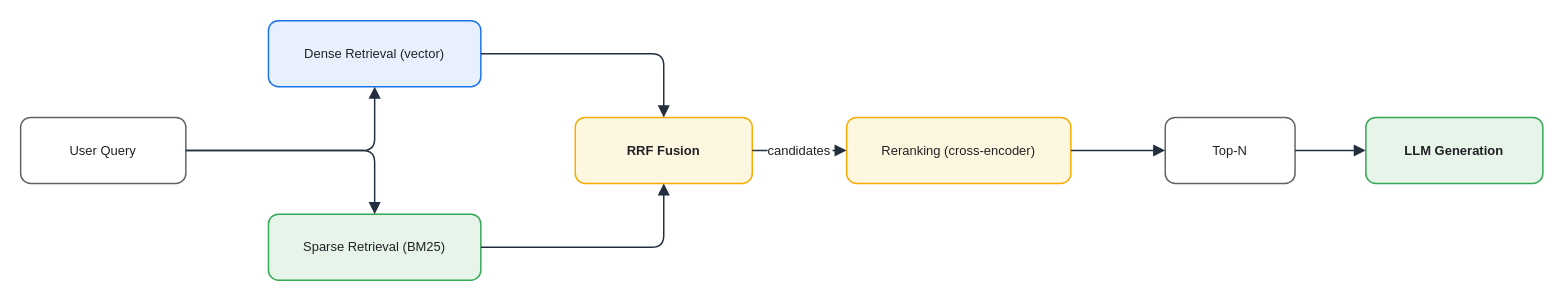
Before: assets/img/ai/rag-04-hybrid-rerank.drawio in KKamJi98/kkamji98.github.io, a draw.io diagram. Source tidied: cells renumbered, new cells numbered last; positions are measured from the earlier drawing's top-left corner, leaving out a move shared by most shapes. Both pictures are drawn from the tidied source at 118%, with x=0, y=0 at pixel (20, 20).
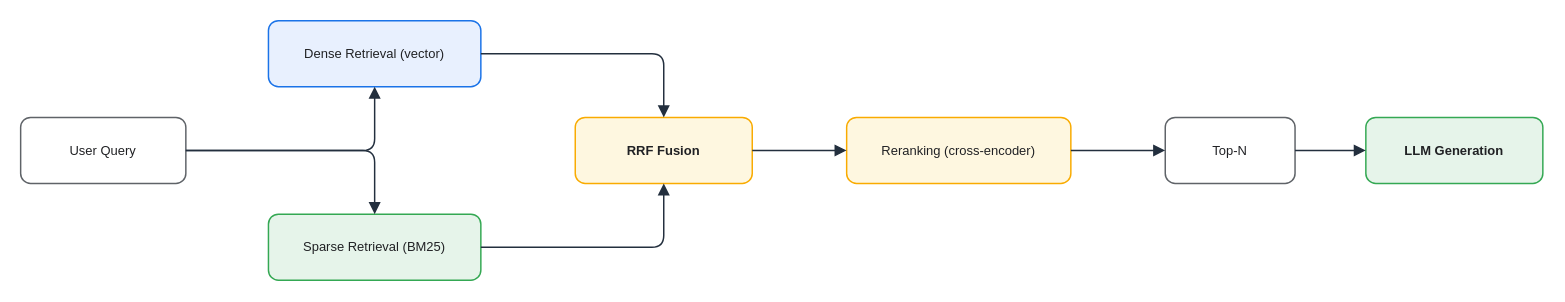
Above is the later version.

The edit, as a diff of the source:
```diff
@@
 <mxGraphModel background="#FFFFFF">
   <root>
     <mxCell id="0" />
     <mxCell id="1" parent="0" />
     <mxCell id="2" value="User Query" style="rounded=1;whiteSpace=wrap;html=0;fillColor=#FFFFFF;strokeColor=#5F6368;shadow=0;fontSize=11;fontColor=#202124;strokeWidth=1.25;" parent="1" vertex="1">
       <mxGeometry y="82" width="140" height="56" as="geometry" />
     </mxCell>
     <mxCell id="3" value="Dense Retrieval (vector)" style="rounded=1;whiteSpace=wrap;html=0;fillColor=#E8F0FE;strokeColor=#1A73E8;shadow=0;fontSize=11;fontColor=#202124;strokeWidth=1.25;" parent="1" vertex="1">
       <mxGeometry x="210" width="180" height="56" as="geometry" />
     </mxCell>
     <mxCell id="4" value="Sparse Retrieval (BM25)" style="rounded=1;whiteSpace=wrap;html=0;fillColor=#E6F4EA;strokeColor=#34A853;shadow=0;fontSize=11;fontColor=#202124;strokeWidth=1.25;" parent="1" vertex="1">
       <mxGeometry x="210" y="164" width="180" height="56" as="geometry" />
     </mxCell>
     <mxCell id="5" value="RRF Fusion" style="rounded=1;whiteSpace=wrap;html=0;fillColor=#FEF7E0;strokeColor=#F9AB00;shadow=0;fontSize=11;fontColor=#202124;fontStyle=1;strokeWidth=1.25;" parent="1" vertex="1">
       <mxGeometry x="470" y="82" width="150" height="56" as="geometry" />
     </mxCell>
     <mxCell id="6" value="Reranking (cross-encoder)" style="rounded=1;whiteSpace=wrap;html=0;fillColor=#FEF7E0;strokeColor=#F9AB00;shadow=0;fontSize=11;fontColor=#202124;strokeWidth=1.25;" parent="1" vertex="1">
       <mxGeometry x="700" y="82" width="190" height="56" as="geometry" />
     </mxCell>
     <mxCell id="7" value="Top-N" style="rounded=1;whiteSpace=wrap;html=0;fillColor=#FFFFFF;strokeColor=#5F6368;shadow=0;fontSize=11;fontColor=#202124;strokeWidth=1.25;" parent="1" vertex="1">
       <mxGeometry x="970" y="82" width="110" height="56" as="geometry" />
     </mxCell>
     <mxCell id="8" value="LLM Generation" style="rounded=1;whiteSpace=wrap;html=0;fillColor=#E6F4EA;strokeColor=#34A853;shadow=0;fontSize=11;fontColor=#202124;fontStyle=1;strokeWidth=1.25;" parent="1" vertex="1">
       <mxGeometry x="1140" y="82" width="150" height="56" as="geometry" />
     </mxCell>
     <mxCell id="9" style="edgeStyle=orthogonalEdgeStyle;rounded=1;html=0;endArrow=block;strokeColor=#232F3E;fontColor=#202124;strokeWidth=1.25;endSize=7;" parent="1" edge="1" source="2" target="3">
       <mxGeometry relative="1" as="geometry" />
     </mxCell>
     <mxCell id="10" style="edgeStyle=orthogonalEdgeStyle;rounded=1;html=0;endArrow=block;strokeColor=#232F3E;fontColor=#202124;strokeWidth=1.25;endSize=7;" parent="1" edge="1" source="2" target="4">
       <mxGeometry relative="1" as="geometry" />
     </mxCell>
     <mxCell id="11" style="edgeStyle=orthogonalEdgeStyle;rounded=1;html=0;endArrow=block;strokeColor=#232F3E;fontColor=#202124;strokeWidth=1.25;endSize=7;" parent="1" edge="1" source="3" target="5">
       <mxGeometry relative="1" as="geometry" />
     </mxCell>
     <mxCell id="12" style="edgeStyle=orthogonalEdgeStyle;rounded=1;html=0;endArrow=block;strokeColor=#232F3E;fontColor=#202124;strokeWidth=1.25;endSize=7;" parent="1" edge="1" source="4" target="5">
       <mxGeometry relative="1" as="geometry" />
     </mxCell>
-    <mxCell id="13" value="candidates" style="edgeStyle=orthogonalEdgeStyle;rounded=1;html=0;endArrow=block;strokeColor=#232F3E;fontColor=#202124;fontSize=11;labelBackgroundColor=#FFFFFF;strokeWidth=1.25;endSize=7;" parent="1" edge="1" source="5" target="6">
+    <mxCell id="13" style="edgeStyle=orthogonalEdgeStyle;rounded=1;html=0;endArrow=block;strokeColor=#232F3E;fontColor=#202124;fontSize=11;labelBackgroundColor=none;strokeWidth=1.25;endSize=7;" parent="1" edge="1" source="5" target="6">
       <mxGeometry relative="1" as="geometry" />
     </mxCell>
     <mxCell id="14" style="edgeStyle=orthogonalEdgeStyle;rounded=1;html=0;endArrow=block;strokeColor=#232F3E;fontColor=#202124;strokeWidth=1.25;endSize=7;" parent="1" edge="1" source="6" target="7">
       <mxGeometry relative="1" as="geometry" />
     </mxCell>
     <mxCell id="15" style="edgeStyle=orthogonalEdgeStyle;rounded=1;html=0;endArrow=block;strokeColor=#232F3E;fontColor=#202124;strokeWidth=1.25;endSize=7;" parent="1" edge="1" source="7" target="8">
       <mxGeometry relative="1" as="geometry" />
     </mxCell>
   </root>
 </mxGraphModel>
```
